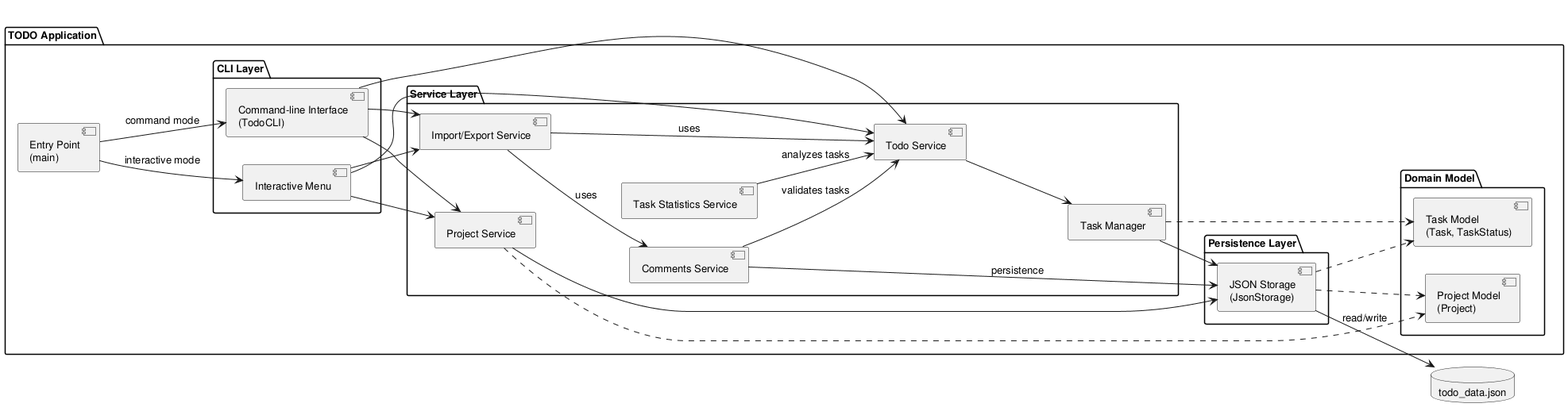
Before: experiments/pipeline/test_driven/TODO/artifacts/component_diagram.png, a diagram exported from PlantUML (DanielRiha8906/Software_autoevolution_using_agents).
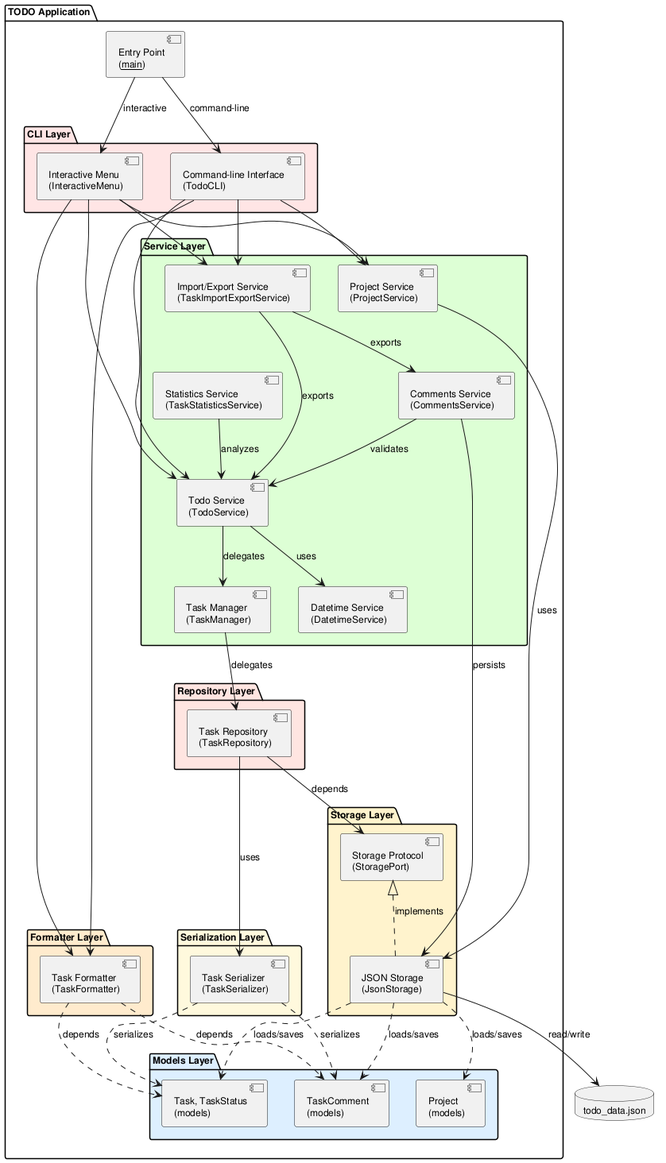
After the change.

Diff of the diagram source:
```diff
@@ -1,63 +1,92 @@
 @startuml component_diagram
 
 skinparam componentStyle uml2
-skinparam defaultFontSize 13
+skinparam defaultFontSize 12
 
-left to right direction
+top to bottom direction
 
 package "TODO Application" {
 
-    component "Entry Point\n(main)" as Main
+    component "Entry Point\n(__main__)" as Main
 
-    package "CLI Layer" {
-        component "Interactive Menu" as IM
+    package "CLI Layer" #FFE5E5 {
+        component "Interactive Menu\n(InteractiveMenu)" as IM
         component "Command-line Interface\n(TodoCLI)" as CLI
     }
 
-    package "Service Layer" {
-        component "Todo Service" as SVC
-        component "Task Manager" as MGR
-        component "Project Service" as PSVC
-        component "Comments Service" as CSVC
-        component "Task Statistics Service" as STATS
-        component "Import/Export Service" as IESVC
+    package "Formatter Layer" #FFEBCD {
+        component "Task Formatter\n(TaskFormatter)" as TF
     }
 
-    package "Domain Model" {
-        component "Task Model\n(Task, TaskStatus)" as Model
-        component "Project Model\n(Project)" as PModel
+    package "Service Layer" #DDFFD4 {
+        component "Todo Service\n(TodoService)" as SVC
+        component "Task Manager\n(TaskManager)" as MGR
+        component "Project Service\n(ProjectService)" as PSVC
+        component "Comments Service\n(CommentsService)" as CSVC
+        component "Statistics Service\n(TaskStatisticsService)" as STATS
+        component "Import/Export Service\n(TaskImportExportService)" as IESVC
+        component "Datetime Service\n(DatetimeService)" as DTS
     }
 
-    package "Persistence Layer" {
+    package "Repository Layer" #FFE4E1 {
+        component "Task Repository\n(TaskRepository)" as REPO
+    }
+
+    package "Serialization Layer" #FFF8DC {
+        component "Task Serializer\n(TaskSerializer)" as SER
+    }
+
+    package "Storage Layer" #FFF3CC {
+        component "Storage Protocol\n(StoragePort)" as SP
         component "JSON Storage\n(JsonStorage)" as Storage
+    }
+
+    package "Models Layer" #DDEEFF {
+        component "Task, TaskStatus\n(models)" as Model
+        component "Project\n(models)" as PModel
+        component "TaskComment\n(models)" as CModel
     }
 }
 
 database "todo_data.json" as DB
 
-Main --> IM : interactive mode
-Main --> CLI : command mode
+Main --> IM : interactive
+Main --> CLI : command-line
 
 IM --> SVC
 IM --> PSVC
 IM --> IESVC
+IM --> TF
 CLI --> SVC
 CLI --> PSVC
 CLI --> IESVC
+CLI --> TF
 
-SVC --> MGR
-PSVC --> Storage
-CSVC --> SVC : validates tasks
-CSVC --> Storage : persistence
-STATS --> SVC : analyzes tasks
-IESVC --> SVC : uses
-IESVC --> CSVC : uses
-MGR --> Storage
-MGR ..> Model
-PSVC ..> PModel
-Storage ..> Model
-Storage ..> PModel
+TF ..> Model : depends
+TF ..> CModel : depends
 
+SVC --> MGR : delegates
+SVC --> DTS : uses
+PSVC --> Storage : uses
+CSVC --> SVC : validates
+CSVC --> Storage : persists
+STATS --> SVC : analyzes
+
+IESVC --> SVC : exports
+IESVC --> CSVC : exports
+
+MGR --> REPO : delegates
+REPO --> SER : uses
+REPO --> SP : depends
+
+SER ..> Model : serializes
+SER ..> CModel : serializes
+
+SP <|.. Storage : implements
 Storage --> DB : read/write
 
+Storage ..> Model : loads/saves
+Storage ..> PModel : loads/saves
+Storage ..> CModel : loads/saves
+
 @enduml
```
